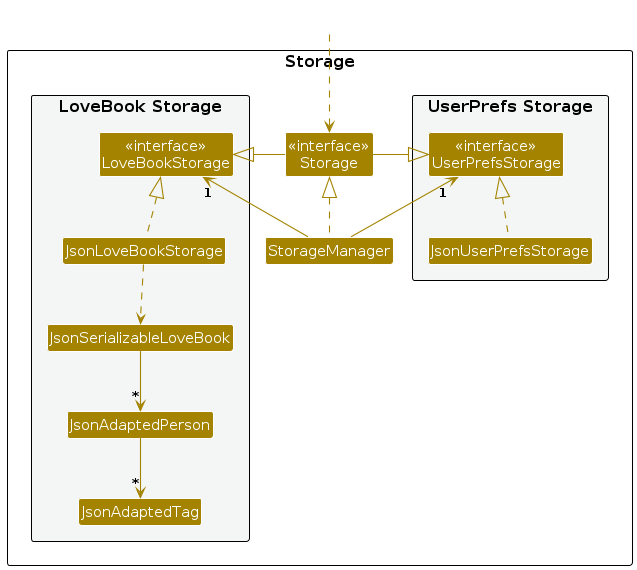
This is diagrams/StorageClassDiagram.png from AY2324S1-CS2103T-F10-2/tp, a PlantUML export, as it was before one commit. Its source is kept beside it as diagrams/StorageClassDiagram.puml. The source it was exported from:
```plantuml
@startuml
!include style.puml
skinparam arrowThickness 1.1
skinparam arrowColor STORAGE_COLOR
skinparam classBackgroundColor STORAGE_COLOR

package Storage as StoragePackage {

package "UserPrefs Storage" #F4F6F6{
Class "<<interface>>\nUserPrefsStorage" as UserPrefsStorage
Class JsonUserPrefsStorage
}

Class "<<interface>>\nStorage" as Storage
Class StorageManager

package "LoveBook Storage" #F4F6F6{
Class "<<interface>>\nLoveBookStorage" as LoveBookStorage
Class JsonLoveBookStorage
Class JsonSerializableLoveBook
Class JsonAdaptedPerson
Class JsonAdaptedTag
}

}

Class HiddenOutside #FFFFFF
HiddenOutside ..> Storage

StorageManager .up.|> Storage
StorageManager -up-> "1" UserPrefsStorage
StorageManager -up-> "1" LoveBookStorage

Storage -left-|> UserPrefsStorage
Storage -right-|> LoveBookStorage

JsonUserPrefsStorage .up.|> UserPrefsStorage
JsonLoveBookStorage .up.|> LoveBookStorage
JsonLoveBookStorage ..> JsonSerializableLoveBook
JsonSerializableLoveBook --> "*" JsonAdaptedPerson
JsonAdaptedPerson --> "*" JsonAdaptedTag

@enduml
```
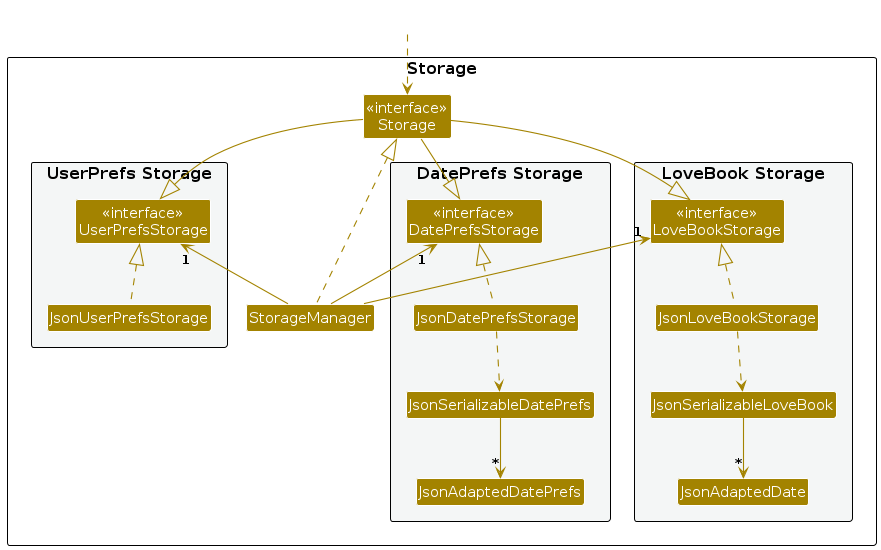
After the change.

The edit, as a diff of the source:
```diff
@@ -11,6 +11,13 @@
 Class JsonUserPrefsStorage
 }
 
+package "DatePrefs Storage" #F4F6F6{
+Class "<<interface>>\nDatePrefsStorage" as DatePrefsStorage
+Class JsonDatePrefsStorage
+Class JsonAdaptedDatePrefs
+Class JsonSerializableDatePrefs
+}
+
 Class "<<interface>>\nStorage" as Storage
 Class StorageManager
 
@@ -18,8 +25,7 @@
 Class "<<interface>>\nLoveBookStorage" as LoveBookStorage
 Class JsonLoveBookStorage
 Class JsonSerializableLoveBook
-Class JsonAdaptedPerson
-Class JsonAdaptedTag
+Class JsonAdaptedDate
 }
 
 }
@@ -30,14 +36,18 @@
 StorageManager .up.|> Storage
 StorageManager -up-> "1" UserPrefsStorage
 StorageManager -up-> "1" LoveBookStorage
+StorageManager -up-> "1" DatePrefsStorage
 
-Storage -left-|> UserPrefsStorage
-Storage -right-|> LoveBookStorage
+Storage --|> UserPrefsStorage
+Storage --|> LoveBookStorage
+Storage --|> DatePrefsStorage
 
 JsonUserPrefsStorage .up.|> UserPrefsStorage
 JsonLoveBookStorage .up.|> LoveBookStorage
+JsonDatePrefsStorage .up.|> DatePrefsStorage
 JsonLoveBookStorage ..> JsonSerializableLoveBook
-JsonSerializableLoveBook --> "*" JsonAdaptedPerson
-JsonAdaptedPerson --> "*" JsonAdaptedTag
+JsonSerializableLoveBook --> "*" JsonAdaptedDate
+JsonDatePrefsStorage ..> JsonSerializableDatePrefs
+JsonSerializableDatePrefs --> "*" JsonAdaptedDatePrefs
 
 @enduml
```
